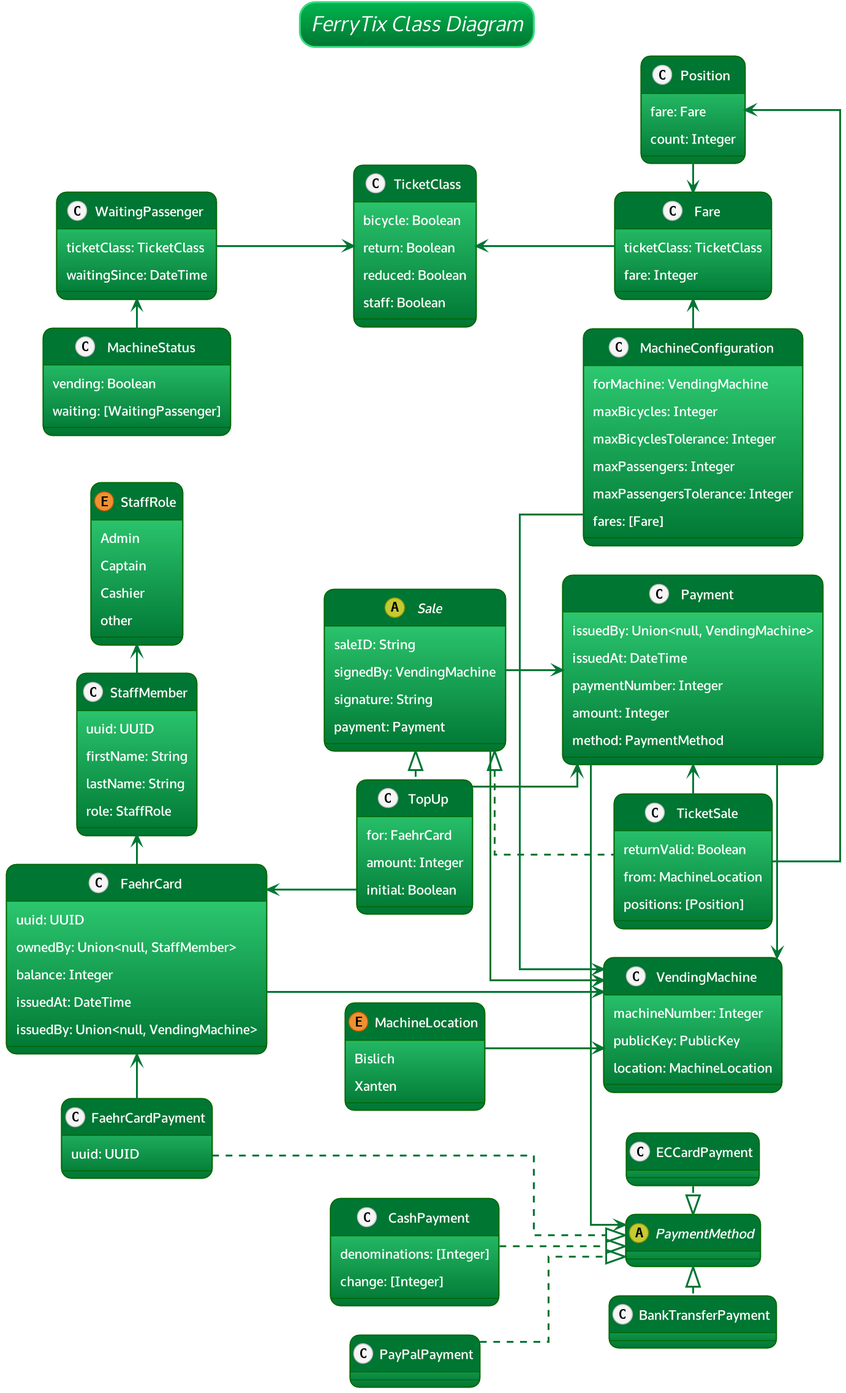
Before: img/class_diagram.png, a diagram exported from PlantUML (FerryTix/diagrams).
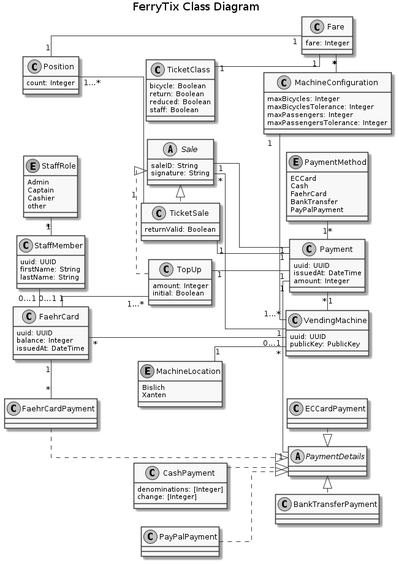
The same file after the commit.

Commit message:
add associations, remove redundant fields

The edit, as a diff of the source:
```diff
@@ -1,487 +1,72 @@
 @startuml
-
-!$THEME = "bluegray"
-
-!if %not(%variable_exists("$BGCOLOR"))
-!$BGCOLOR = $WHITE
-!endif
-
-skinparam backgroundColor $BGCOLOR
-
-
-!$WHITE = "#fff"
-!$GRAY_DARK = "#5a5a5a"
-!$GRAY = "#959595"
-!$PRIMARY = "#007633"
-!$SECONDARY = "#00B64F"
-!$SUCCESS = "#b5bd00"
-!$INFO = "#0568ae"
-!$WARNING = "#ea7400"
-!$DANGER = "#cf2a2a"
-!$LIGHT = "#d2d2d2"
-!$DARK = "#5a5a5a"
-
-!$FGCOLOR = $DARK
-!$PRIMARY_DARK = "#007633"
-!$PRIMARY_LIGHT = "#37DA7E"
-!$PRIMARY_TEXT = $WHITE
-!$SECONDARY_LIGHT = "#f5f5f5"
-!$SECONDARY_DARK = "#c2c2c2"
-!$SECONDARY_TEXT = $DARK
-!$INFO_LIGHT = "#3786be"
-!$INFO_DARK = "#04538b"
-!$INFO_TEXT = $WHITE
-!$SUCCESS_LIGHT = "#c4ca33"
-!$SUCCESS_DARK = "#919700"
-!$SUCCESS_TEXT = $WHITE
-!$WARNING_LIGHT = "#ee9033"
-!$WARNING_DARK = "#bb5d00"
-!$WARNING_TEXT = $WHITE
-!$DANGER_LIGHT = "#d95555"
-!$DANGER_DARK = "#a62222"
-!$DANGER_TEXT = $WHITE
-
-!procedure $success($msg)
-  <font color=$SUCCESS><b>$msg
-!endprocedure
-
-!procedure $failure($msg)
-  <font color=$DANGER><b>$msg
-!endprocedure
-
-!procedure $warning($msg)
-  <font color=$WARNING><b>$msg
-!endprocedure
-
-!procedure $primary_scheme()
-
-	FontColor $PRIMARY_TEXT
-	BorderColor #060
-	BackgroundColor $PRIMARY_LIGHT-$PRIMARY
-
-!endprocedure
-
-!procedure $secondary_scheme()
-	FontColor $SECONDARY_TEXT
-	BorderColor $SECONDARY_DARK
-	BackgroundColor $WHITE-#fefefe
-!endprocedure
-
-skinparam defaultFontName        "Oxygen-Sans"
-skinparam defaultFontSize        14
-skinparam dpi                    150
-skinparam shadowing              false
-skinparam roundcorner            20
-skinparam ParticipantPadding     30
-skinparam BoxPadding             20
-skinparam Padding                4
-skinparam ArrowColor             $PRIMARY_DARK
-skinparam defaultFontStyle       bold
-skinparam stereotype {
-    CBackgroundColor $SECONDARY_LIGHT
-    CBorderColor $SECONDARY_DARK
-    ABackgroundColor $SUCCESS_LIGHT
-    ABorderColor $SUCCESS_DARK
-    IBackgroundColor $DANGER_LIGHT
-    IBorderColor $DANGER_DARK
-    EBackgroundColor $WARNING_LIGHT
-    EBorderColor $WARNING_DARK
-    NBackgroundColor $INFO_LIGHT
-    NBorderColor $INFO_DARK
-}
-skinparam title {
-	FontColor	                 $WHITE
-	BorderColor	                 $PRIMARY_LIGHT
-	FontSize	    	         22
-	BorderRoundCorner            32
-	FontStyle                    italic
-	BorderThickness 	         2
-	BackgroundColor              $SECONDARY-$PRIMARY
-}
-
-
-skinparam legend {
-	BackgroundColor $SECONDARY
-	BorderColor $SECONDARY_DARK
-	FontColor $DARK
-}
-
-!startsub swimlane
-skinparam swimlane {
-	BorderColor $INFO
-	BorderThickness 2
-	TitleBackgroundColor  $SECONDARY_LIGHT-$SECONDARY
-	TitleFontColor $PRIMARY
-}
-!endsub
-
-!startsub activity
-
-skinparam activity {
-	FontColor $PRIMARY_TEXT
-	BorderColor $PRIMARY
-	BackgroundColor $PRIMARY_LIGHT-$PRIMARY
-	BarColor $SUCCESS
-	StartColor $INFO
-	EndColor $INFO
-	DiamondBackgroundColor $SECONDARY_LIGHT-$SECONDARY_DARK
-  	DiamondBorderColor $SECONDARY_DARK
-	DiamondFontColor $SECONDARY_TEXT
-}
-!endsub
-
-!startsub participant
-
-skinparam participant {
-	$primary_scheme()
-	ParticipantBorderThickness 2
-}
-!endsub
-
-!startsub actor
-
-skinparam actor {
-	$primary_scheme()
-	FontColor $PRIMARY
-}
-!endsub
-
-!startsub arrow
-
-skinparam arrow {
-	Thickness 2
-	Color $PRIMARY
-	FontColor $FGCOLOR
-	FontStyle italic
-}
-!endsub
-
-!startsub sequence
-
-skinparam sequence {
-	BorderColor $PRIMARY
-	StartColor $PRIMARY
-	EndColor #000
-	BoxBackgroundColor $LIGHT
-	BoxBorderColor $GRAY
-	BoxFontColor $DARK
-	LifeLineBorderColor #111
-	LifeLineBorderThickness 2
-	GroupBorderColor $GRAY
-	GroupFontColor $DARK
-	GroupHeaderFontColor $INFO
-	DividerBackgroundColor $WHITE-$LIGHT
-    DividerBorderColor $GRAY
-    DividerBorderThickness 2
-    DividerFontColor $DARK
-	ReferenceBackgroundColor $BGCOLOR
-	ReferenceBorderColor $GRAY
-	ReferenceFontColor $DARK
-	ReferenceHeaderFontColor $INFO
-
-}
-!endsub
-
-!startsub partition
-
-skinparam partition {
-	BorderColor $PRIMARY
-	FontColor $PRIMARY
-	BackgroundColor $BGCOLOR
-}
-!endsub
-
-!startsub collections
-
-skinparam collections {
-	$primary_scheme()
-}
-!endsub
-
-!startsub control
-
-skinparam control {
-	$primary_scheme()
-	FontColor $PRIMARY
-}
-!endsub
-
-!startsub entity
-
-skinparam entity {
-	$primary_scheme()
-	FontColor $PRIMARY
-}
-!endsub
-
-!startsub boundary
-
-skinparam boundary {
-	$primary_scheme()
-	FontColor $PRIMARY
-}
-!endsub
-
-!startsub agent
-
-skinparam agent {
-	BackgroundColor #orange
-	BorderColor #999999
-	FontColor #333333
-}
-!endsub
-
-!startsub note
-
-skinparam note {
-	BorderThickness 1
-	BackgroundColor $INFO_LIGHT-$INFO
-	BorderColor $INFO
-	FontColor $WHITE
-}
-!endsub
-
-!startsub artifact
-
-skinparam artifact {
-	BackgroundColor $WHITE-$LIGHT
-	BorderColor $SECONDARY_DARK
-	FontColor $SECONDARY_TEXT
-}
-!endsub
-
-!startsub component
-
-skinparam component {
-	$primary_scheme()
-}
-!endsub
-
-!startsub interface
-
-skinparam interface {
-	BackgroundColor  $DANGER_LIGHT
-	BorderColor  $DANGER
-	FontColor $DARK
-}
-!endsub
-
-!startsub storage
-
-skinparam storage {
-	BackgroundColor $WARNING_LIGHT-$WARNING
-  	BorderColor $WARNING
-	FontColor $WARNING_TEXT
-}
-!endsub
-
-!startsub node
-
-skinparam node {
-	BackgroundColor $SECONDARY_LIGHT-$SECONDARY
-	BorderColor $SECONDARY_DARK
-	FontColor $PRIMARY
-}
-!endsub
-
-!startsub cloud
-
-skinparam cloud {
-	BackgroundColor #F2FCFE-#eeeeee
-	BorderColor #F2FCFE
-	FontColor $PRIMARY
-}
-!endsub
-
-!startsub database
-
-skinparam database {
-	$primary_scheme()
-	BorderColor $PRIMARY_DARK
-}
-!endsub
-
-!startsub class
-
-skinparam class {
-	$primary_scheme()
-	Public #000
-	HeaderBackgroundColor $PRIMARY
-	StereotypeFontColor $DARK
-	BorderThickness 1
-	AttributeFontColor $WHITE
-	AttributeFontSize 14
-}
-!endsub
-
-!startsub object
-
-skinparam object {
-	$primary_scheme()
-	StereotypeFontColor $DARK
-	BorderThickness 1
-	AttributeFontColor $LIGHT
-	AttributeFontSize 11
-}
-!endsub
-
-!startsub usecase
-
-skinparam usecase {
-	$primary_scheme()
-	BorderThickness 2
-	StereotypeFontColor $PRIMARY
-}
-!endsub
-
-!startsub rectangle
-
-skinparam rectangle {
-	$secondary_scheme()
-	BorderThickness 2
-	StereotypeFontColor $PRIMARY
-}
-!endsub
-
-!startsub package
-
-skinparam package {
-	FontColor $PRIMARY
-	BorderColor $PRIMARY_LIGHT
-	BackgroundColor $BGCOLOR
-	BorderThickness 2
-}
-!endsub
-
-!startsub folder
-
-skinparam folder {
-	BackgroundColor $WHITE-$SECONDARY_LIGHT
-  	BorderColor $WARNING
-	FontColor $WARNING
-	BorderThickness 2
-}
-!endsub
-
-!startsub frame
-
-skinparam frame {
-	BackgroundColor $WHITE-$SECONDARY_LIGHT
-  	BorderColor $INFO
-	FontColor $INFO
-	BorderThickness 2
-}
-!endsub
-
-!startsub state
-
-skinparam state {
-	$primary_scheme()
-	BorderColor $PRIMARY_DARK
-	StartColor $INFO
-	EndColor $INFO
-	AttributeFontColor $LIGHT
-	AttributeFontSize 11
-}
-!endsub
-
-!startsub queue
-
-skinparam queue {
-	$primary_scheme()
-}
-!endsub
-
-!startsub card
-
-skinparam card {
-	BackgroundColor $INFO_LIGHT-$INFO
-	BorderColor $INFO
-	FontColor $INFO_TEXT
-}
-!endsub
-
-!startsub file
-
-skinparam file {
-	BackgroundColor $SECONDARY_LIGHT-$SECONDARY
-	BorderColor $INFO
-	FontColor $SECONDARY_TEXT
-
-}
-!endsub
-
-!startsub stack
-
-skinparam stack {
-	$primary_scheme()
-}
-!endsub
 skinparam linetype ortho
 left to right direction
 skinparam nodesep 30
 title: FerryTix Class Diagram
+skinparam monochrome true
 
-abstract class PaymentMethod
+abstract class PaymentDetails
 
 class FaehrCardPayment {
-    uuid: UUID
 }
-FaehrCardPayment .|> PaymentMethod
-FaehrCardPayment -left-> FaehrCard
+FaehrCardPayment .|> PaymentDetails
+FaehrCardPayment "*" -left- "1" FaehrCard
 
 class CashPayment {
     denominations: [Integer]
     change: [Integer]
 }
 
-CashPayment ..|> PaymentMethod
+CashPayment ..|> PaymentDetails
 
 class ECCardPayment {
 
 }
 
-ECCardPayment .|> PaymentMethod
+ECCardPayment .|> PaymentDetails
 
 class BankTransferPayment {
 
 }
 
-BankTransferPayment .up|> PaymentMethod
+BankTransferPayment .up|> PaymentDetails
 
 class PayPalPayment {
 
 }
 
-PayPalPayment ..|> PaymentMethod
+PayPalPayment ..|> PaymentDetails
 
 class Payment {
-    issuedBy: Union<null, VendingMachine>
+    uuid: UUID
     issuedAt: DateTime
-    paymentNumber: Integer
     amount: Integer
-    method: PaymentMethod
 }
 
-Payment -> PaymentMethod
-Payment -> VendingMachine
+enum PaymentMethod {
+    ECCard
+    Cash
+    FaehrCard
+    BankTransfer
+    PayPalPayment
+}
+
+PaymentMethod "1" - "*" Payment
+Payment "1" - "1" PaymentDetails
+Payment "*" - "1" VendingMachine
 
 class TicketSale {
     returnValid: Boolean
-    from: MachineLocation
-    positions: [Position]
 }
 
 class Position {
-    fare: Fare
     count: Integer
 }
 
-Position -> Fare
-Position <-TicketSale
+Position "1" - "1" Fare
+Position "1…*" -- "1" TicketSale
 
-TicketSale -left-> Payment
-
+TicketSale "1" -- "1" Payment
 
 class TicketClass {
     bicycle: Boolean
@@ -492,34 +77,29 @@
 
 abstract class Sale {
     saleID: String
-    signedBy: VendingMachine
     signature: String
-    payment: Payment
-
 }
 
 TicketSale .left.|> Sale
 TopUp .up|> Sale
-Sale -> Payment
-Sale -> VendingMachine
+Sale "1" - "1" Payment
+Sale "*" - "1" VendingMachine
 
 class TopUp {
-    for: FaehrCard
     amount: Integer
     initial: Boolean
 }
 
-TopUp--> Payment
-FaehrCard <-- TopUp
+TopUp "1" -- "1" Payment
+FaehrCard "1" -- "1…*" TopUp
 
 class StaffMember {
     uuid: UUID
     firstName: String
     lastName: String
-    role: StaffRole
 }
 
-StaffMember -up> StaffRole
+StaffMember "*" -up "1" StaffRole
 
 enum StaffRole {
     Admin
@@ -530,33 +110,28 @@
 
 class FaehrCard {
     uuid: UUID
-    ownedBy: Union<null, StaffMember>
     balance: Integer
     issuedAt: DateTime
-    issuedBy: Union<null, VendingMachine>
 }
 
-FaehrCard -up> StaffMember
-FaehrCard--> VendingMachine
+FaehrCard "0…1" -up "0…1" StaffMember
+FaehrCard "*" -- "0…1" VendingMachine
 
 class MachineConfiguration {
-    forMachine: VendingMachine
     maxBicycles: Integer
     maxBicyclesTolerance: Integer
     maxPassengers: Integer
     maxPassengersTolerance: Integer
-    fares: [Fare]
 }
 
-MachineConfiguration -> VendingMachine
-MachineConfiguration -up> Fare
+MachineConfiguration "1" - "1…*" VendingMachine
+MachineConfiguration "*" -up "*" Fare
 
 class Fare {
-    ticketClass: TicketClass
     fare: Integer
 }
 
-TicketClass <-- Fare
+TicketClass "1" -- "1" Fare
 
 
 enum MachineLocation {
@@ -565,25 +140,13 @@
 }
 
 class VendingMachine {
-    machineNumber: Integer
+    uuid: UUID
     publicKey: PublicKey
-    location: MachineLocation
 }
 
-MachineLocation --> VendingMachine
+MachineLocation "1" -- "*" VendingMachine
 
-class MachineStatus {
-    vending: Boolean
-    waiting: [WaitingPassenger]
-}
 
-WaitingPassenger <- MachineStatus
 
-class WaitingPassenger {
-    ticketClass: TicketClass
-    waitingSince: DateTime
-}
-
-WaitingPassenger --> TicketClass
 
 @enduml
```
